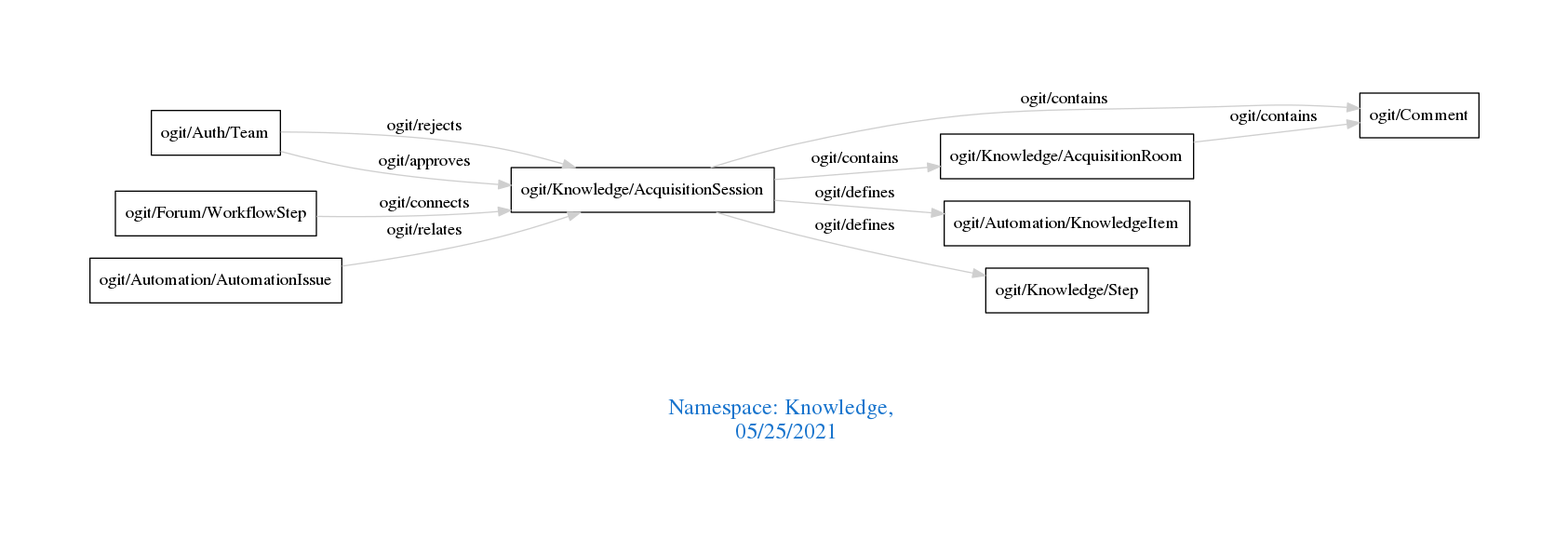
The Graphviz diagram downloads/Knowledge.png in arago/OGIT, before a commit. Its source is kept beside it as downloads/Knowledge.dot.
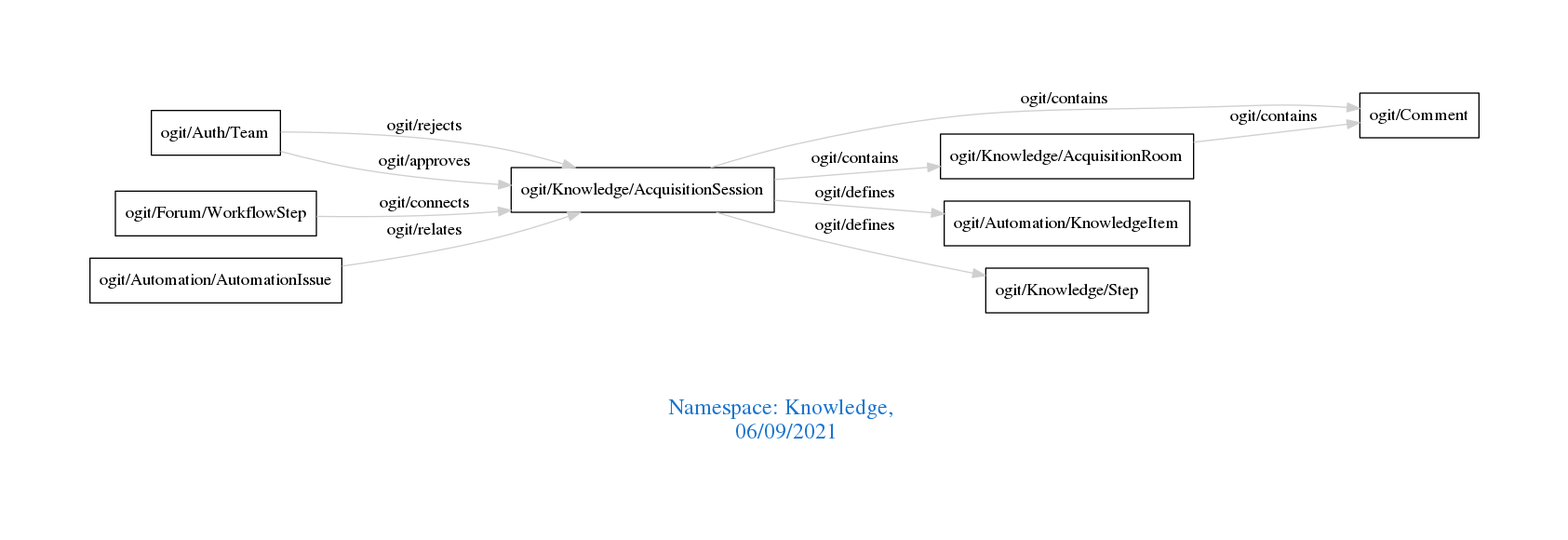
Above is the later version.

Change to the diagram source:
```diff
@@ -1,7 +1,7 @@
 digraph OGIT_ontology {
  graph [ rankdir= LR,pad=1
 fontsize = 18,
-fontcolor= dodgerblue3,label = "\n\n\nNamespace: Knowledge, \n 05/25/2021"];
+fontcolor= dodgerblue3,label = "\n\n\nNamespace: Knowledge, \n 06/09/2021"];
 node[shape=polygon];
 edge [  color="gray81"];
 
```
